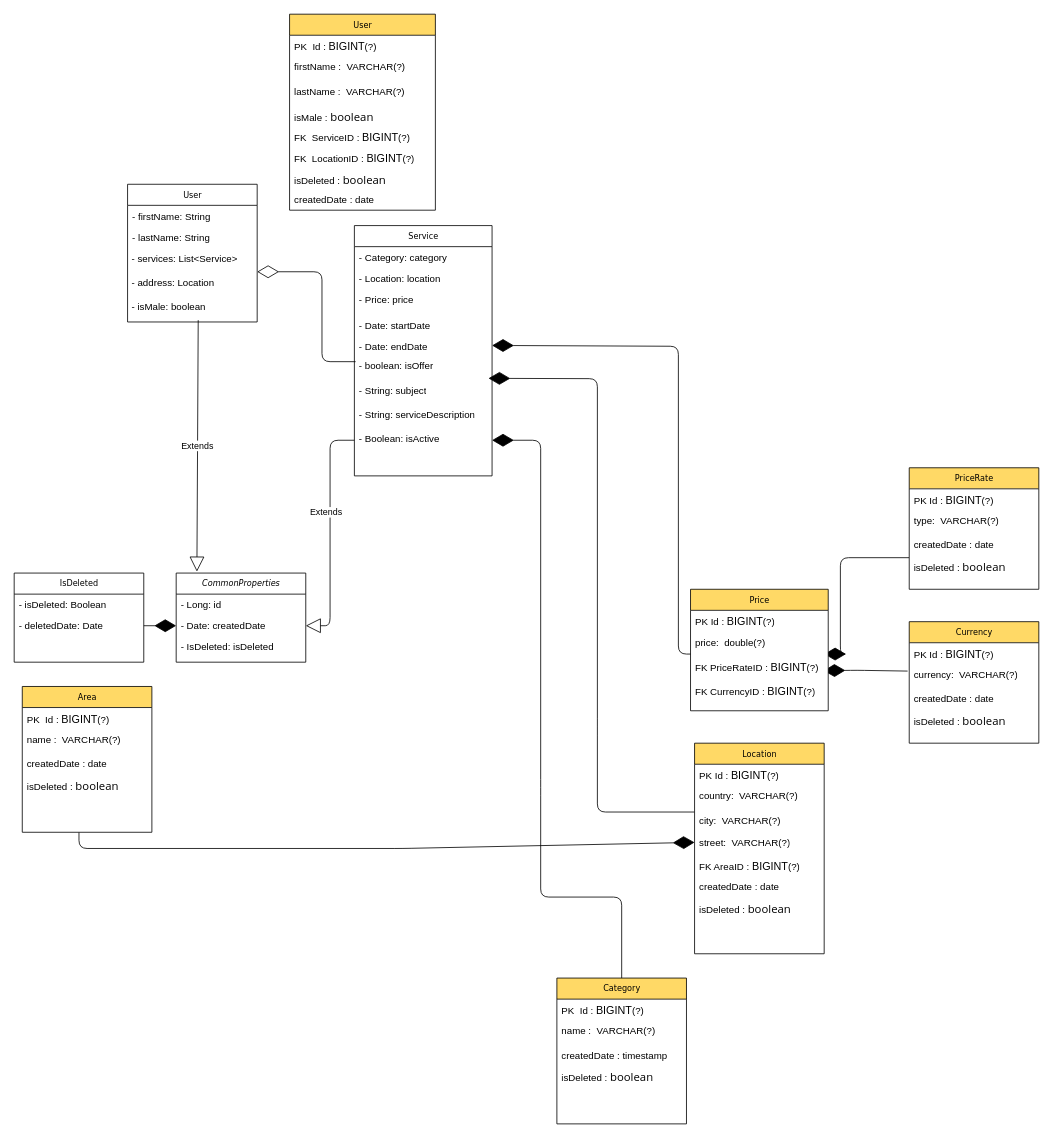
The draw.io diagram HelppyERD.drawio in StanislavRa/group_A_Helppy, before the edit. Source tidied: cells renumbered, new cells numbered last; positions are measured from the earlier drawing's top-left corner, leaving out a move shared by most shapes. Both pictures are drawn from the tidied source at 81%, with x=0, y=0 at pixel (14, 14).
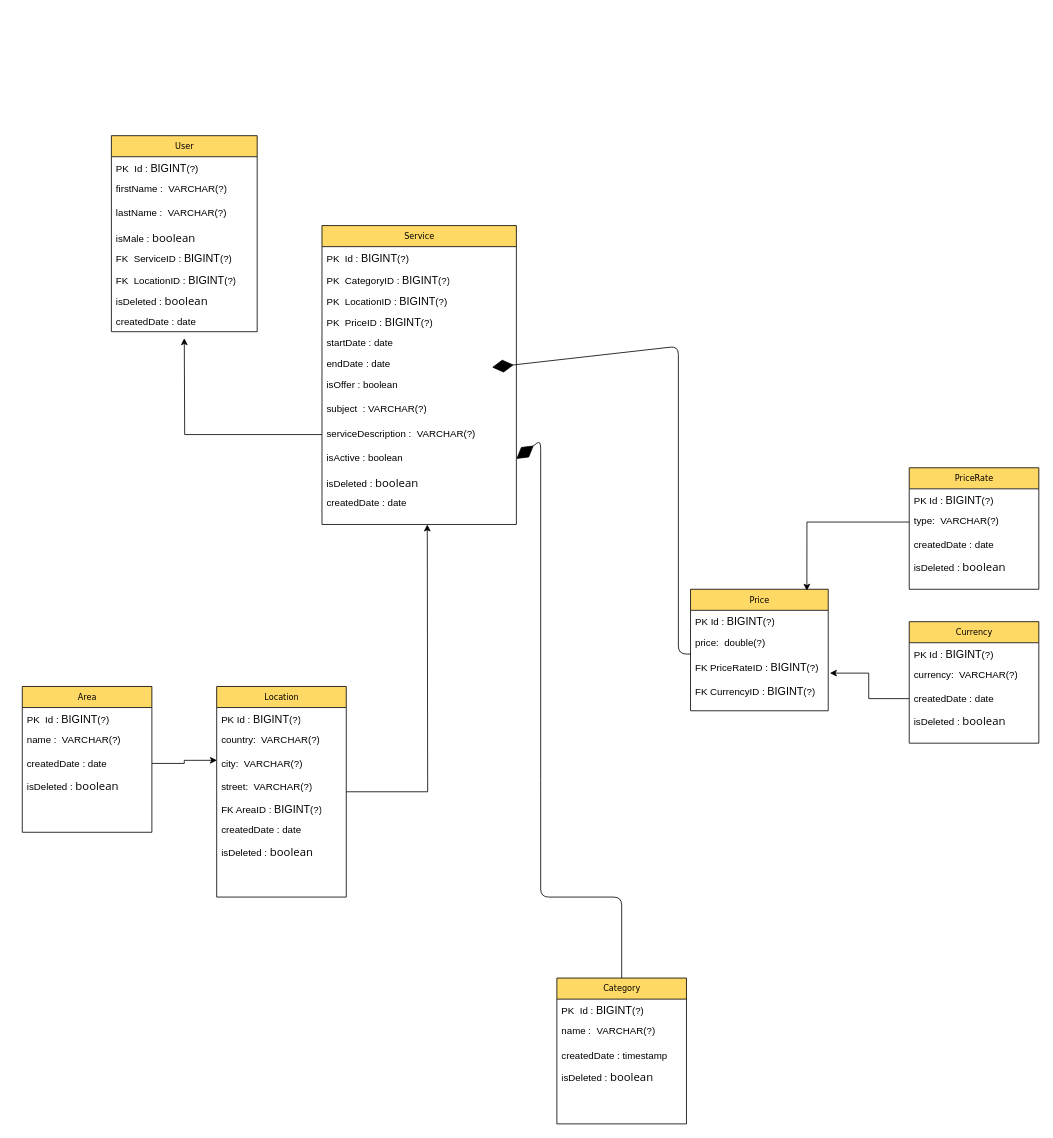
The same diagram, later.

Unchanged cells that the change refers to:
```xml
<mxCell id="43" value="createdDate : date" style="text;html=1;strokeColor=none;fillColor=none;align=left;verticalAlign=top;spacingLeft=4;spacingRight=4;whiteSpace=wrap;overflow=hidden;points=[[0,0.5],[1,0.5]];portConstraint=eastwest;" parent="40" vertex="1">
  <mxGeometry y="82" width="160" height="26" as="geometry" />
</mxCell>
<mxCell id="57" value="city:&amp;nbsp; VARCHAR(?)" style="text;html=1;strokeColor=none;fillColor=none;align=left;verticalAlign=top;spacingLeft=4;spacingRight=4;whiteSpace=wrap;overflow=hidden;points=[[0,0.5],[1,0.5]];portConstraint=eastwest;" parent="54" vertex="1">
  <mxGeometry y="82" width="160" height="28" as="geometry" />
</mxCell>
<mxCell id="65" value="createdDate : date" style="text;html=1;strokeColor=none;fillColor=none;align=left;verticalAlign=top;spacingLeft=4;spacingRight=4;whiteSpace=wrap;overflow=hidden;points=[[0,0.5],[1,0.5]];portConstraint=eastwest;" parent="62" vertex="1">
  <mxGeometry y="82" width="160" height="26" as="geometry" />
</mxCell>
<mxCell id="69" value="type:&amp;nbsp; VARCHAR(?)" style="text;html=1;strokeColor=none;fillColor=none;align=left;verticalAlign=top;spacingLeft=4;spacingRight=4;whiteSpace=wrap;overflow=hidden;points=[[0,0.5],[1,0.5]];portConstraint=eastwest;" parent="67" vertex="1">
  <mxGeometry y="52" width="160" height="30" as="geometry" />
</mxCell>
<mxCell id="72" value="Price" style="swimlane;html=1;fontStyle=0;horizontal=1;startSize=26;fillColor=#FFD966;swimlaneFillColor=#ffffff;rounded=0;shadow=0;comic=0;labelBackgroundColor=none;strokeWidth=1;fontFamily=Verdana;fontSize=10;align=center;" parent="1" vertex="1">
  <mxGeometry x="835" y="710" width="170" height="150" as="geometry" />
</mxCell>
<mxCell id="75" value="FK PriceRateID :&amp;nbsp;&lt;span style=&quot;font-family: &amp;#34;arial&amp;#34; , &amp;#34;helvetica&amp;#34; , sans-serif ; font-size: 13.3333px ; background-color: rgb(255 , 255 , 255)&quot;&gt;BIGINT&lt;/span&gt;(?)&lt;span style=&quot;font-family: &amp;#34;arial&amp;#34; , &amp;#34;helvetica&amp;#34; , sans-serif ; font-size: 13.3333px ; background-color: rgb(255 , 255 , 255)&quot;&gt;&lt;br&gt;&amp;nbsp;&lt;/span&gt;" style="text;html=1;strokeColor=none;fillColor=none;align=left;verticalAlign=top;spacingLeft=4;spacingRight=4;whiteSpace=wrap;overflow=hidden;points=[[0,0.5],[1,0.5]];portConstraint=eastwest;" parent="72" vertex="1">
  <mxGeometry y="82" width="170" height="30" as="geometry" />
</mxCell>
```

What changed in the source:
```diff
@@
-    <mxCell id="7" value="Service" style="swimlane;html=1;fontStyle=0;horizontal=1;startSize=26;fillColor=none;swimlaneFillColor=#ffffff;rounded=0;shadow=0;comic=0;labelBackgroundColor=none;strokeWidth=1;fontFamily=Verdana;fontSize=10;align=center;" parent="1" vertex="1">
-      <mxGeometry x="420" y="261" width="170" height="309" as="geometry" />
+    <mxCell id="7" value="Service" style="swimlane;html=1;fontStyle=0;horizontal=1;startSize=26;fillColor=#FFD966;swimlaneFillColor=#ffffff;rounded=0;shadow=0;comic=0;labelBackgroundColor=none;strokeWidth=1;fontFamily=Verdana;fontSize=10;align=center;" parent="1" vertex="1">
+      <mxGeometry x="380" y="261" width="240" height="369" as="geometry" />
     </mxCell>
+    <mxCell id="77" value="PK&amp;nbsp; Id :&amp;nbsp;&lt;span style=&quot;font-family: &amp;#34;arial&amp;#34; , &amp;#34;helvetica&amp;#34; , sans-serif ; font-size: 13.3333px ; background-color: rgb(255 , 255 , 255)&quot;&gt;BIGINT&lt;/span&gt;(?)&lt;span style=&quot;font-family: &amp;#34;arial&amp;#34; , &amp;#34;helvetica&amp;#34; , sans-serif ; font-size: 13.3333px ; background-color: rgb(255 , 255 , 255)&quot;&gt;&lt;br&gt;&amp;nbsp;&lt;/span&gt;" style="text;html=1;strokeColor=none;fillColor=none;align=left;verticalAlign=top;spacingLeft=4;spacingRight=4;whiteSpace=wrap;overflow=hidden;" parent="7" vertex="1">
+      <mxGeometry y="26" width="240" height="27" as="geometry" />
+    </mxCell>
-    <mxCell id="8" value="- Category: category" style="text;html=1;strokeColor=none;fillColor=none;align=left;verticalAlign=top;spacingLeft=4;spacingRight=4;whiteSpace=wrap;overflow=hidden;" parent="7" vertex="1">
-      <mxGeometry y="26" width="170" height="26" as="geometry" />
+    <mxCell id="8" value="PK&amp;nbsp; CategoryID :&amp;nbsp;&lt;span style=&quot;font-family: &amp;#34;arial&amp;#34; , &amp;#34;helvetica&amp;#34; , sans-serif ; font-size: 13.3333px ; background-color: rgb(255 , 255 , 255)&quot;&gt;BIGINT&lt;/span&gt;(?)&lt;span style=&quot;font-family: &amp;#34;arial&amp;#34; , &amp;#34;helvetica&amp;#34; , sans-serif ; font-size: 13.3333px ; background-color: rgb(255 , 255 , 255)&quot;&gt;&lt;br&gt;&amp;nbsp;&lt;/span&gt;" style="text;html=1;strokeColor=none;fillColor=none;align=left;verticalAlign=top;spacingLeft=4;spacingRight=4;whiteSpace=wrap;overflow=hidden;" parent="7" vertex="1">
+      <mxGeometry y="53" width="240" height="26" as="geometry" />
     </mxCell>
-    <mxCell id="9" value="- Location: location" style="text;html=1;strokeColor=none;fillColor=none;align=left;verticalAlign=top;spacingLeft=4;spacingRight=4;whiteSpace=wrap;overflow=hidden;" parent="7" vertex="1">
-      <mxGeometry y="52" width="170" height="26" as="geometry" />
-    </mxCell>
-    <mxCell id="10" value="- Price: price" style="text;html=1;strokeColor=none;fillColor=none;align=left;verticalAlign=top;spacingLeft=4;spacingRight=4;whiteSpace=wrap;overflow=hidden;" parent="7" vertex="1">
-      <mxGeometry y="78" width="170" height="32" as="geometry" />
-    </mxCell>
+    <mxCell id="78" value="PK&amp;nbsp; LocationID :&amp;nbsp;&lt;span style=&quot;font-family: &amp;#34;arial&amp;#34; , &amp;#34;helvetica&amp;#34; , sans-serif ; font-size: 13.3333px ; background-color: rgb(255 , 255 , 255)&quot;&gt;BIGINT&lt;/span&gt;(?)&lt;span style=&quot;font-family: &amp;#34;arial&amp;#34; , &amp;#34;helvetica&amp;#34; , sans-serif ; font-size: 13.3333px ; background-color: rgb(255 , 255 , 255)&quot;&gt;&lt;br&gt;&amp;nbsp;&lt;/span&gt;" style="text;html=1;strokeColor=none;fillColor=none;align=left;verticalAlign=top;spacingLeft=4;spacingRight=4;whiteSpace=wrap;overflow=hidden;" parent="7" vertex="1">
+      <mxGeometry y="79" width="240" height="26" as="geometry" />
+    </mxCell>
+    <mxCell id="79" value="PK&amp;nbsp; PriceID :&amp;nbsp;&lt;span style=&quot;font-family: &amp;#34;arial&amp;#34; , &amp;#34;helvetica&amp;#34; , sans-serif ; font-size: 13.3333px ; background-color: rgb(255 , 255 , 255)&quot;&gt;BIGINT&lt;/span&gt;(?)&lt;span style=&quot;font-family: &amp;#34;arial&amp;#34; , &amp;#34;helvetica&amp;#34; , sans-serif ; font-size: 13.3333px ; background-color: rgb(255 , 255 , 255)&quot;&gt;&lt;br&gt;&amp;nbsp;&lt;/span&gt;" style="text;html=1;strokeColor=none;fillColor=none;align=left;verticalAlign=top;spacingLeft=4;spacingRight=4;whiteSpace=wrap;overflow=hidden;" parent="7" vertex="1">
+      <mxGeometry y="105" width="240" height="26" as="geometry" />
+    </mxCell>
-    <mxCell id="11" value="- Date: startDate" style="text;html=1;strokeColor=none;fillColor=none;align=left;verticalAlign=top;spacingLeft=4;spacingRight=4;whiteSpace=wrap;overflow=hidden;" parent="7" vertex="1">
-      <mxGeometry y="110" width="170" height="26" as="geometry" />
+    <mxCell id="11" value="startDate : date" style="text;html=1;strokeColor=none;fillColor=none;align=left;verticalAlign=top;spacingLeft=4;spacingRight=4;whiteSpace=wrap;overflow=hidden;" parent="7" vertex="1">
+      <mxGeometry y="131" width="240" height="26" as="geometry" />
     </mxCell>
-    <mxCell id="12" value="- Date: endDate" style="text;html=1;strokeColor=none;fillColor=none;align=left;verticalAlign=top;spacingLeft=4;spacingRight=4;whiteSpace=wrap;overflow=hidden;points=[[0,0.5],[1,0.5]];portConstraint=eastwest;" parent="7" vertex="1">
-      <mxGeometry y="136" width="170" height="24" as="geometry" />
-    </mxCell>
+    <mxCell id="80" value="endDate : date" style="text;html=1;strokeColor=none;fillColor=none;align=left;verticalAlign=top;spacingLeft=4;spacingRight=4;whiteSpace=wrap;overflow=hidden;" parent="7" vertex="1">
+      <mxGeometry y="157" width="240" height="26" as="geometry" />
+    </mxCell>
-    <mxCell id="13" value="- boolean: isOffer" style="text;html=1;strokeColor=none;fillColor=none;align=left;verticalAlign=top;spacingLeft=4;spacingRight=4;whiteSpace=wrap;overflow=hidden;points=[[0,0.5],[1,0.5]];portConstraint=eastwest;" parent="7" vertex="1">
-      <mxGeometry y="160" width="170" height="30" as="geometry" />
+    <mxCell id="13" value="isOffer : boolean" style="text;html=1;strokeColor=none;fillColor=none;align=left;verticalAlign=top;spacingLeft=4;spacingRight=4;whiteSpace=wrap;overflow=hidden;points=[[0,0.5],[1,0.5]];portConstraint=eastwest;" parent="7" vertex="1">
+      <mxGeometry y="183" width="240" height="30" as="geometry" />
     </mxCell>
-    <mxCell id="14" value="- String: subject" style="text;html=1;strokeColor=none;fillColor=none;align=left;verticalAlign=top;spacingLeft=4;spacingRight=4;whiteSpace=wrap;overflow=hidden;points=[[0,0.5],[1,0.5]];portConstraint=eastwest;" parent="7" vertex="1">
-      <mxGeometry y="190" width="170" height="30" as="geometry" />
+    <mxCell id="14" value="subject&amp;nbsp; : VARCHAR(?)" style="text;html=1;strokeColor=none;fillColor=none;align=left;verticalAlign=top;spacingLeft=4;spacingRight=4;whiteSpace=wrap;overflow=hidden;points=[[0,0.5],[1,0.5]];portConstraint=eastwest;" parent="7" vertex="1">
+      <mxGeometry y="213" width="240" height="30" as="geometry" />
     </mxCell>
-    <mxCell id="15" value="- String: serviceDescription" style="text;html=1;strokeColor=none;fillColor=none;align=left;verticalAlign=top;spacingLeft=4;spacingRight=4;whiteSpace=wrap;overflow=hidden;points=[[0,0.5],[1,0.5]];portConstraint=eastwest;" parent="7" vertex="1">
-      <mxGeometry y="220" width="170" height="30" as="geometry" />
+    <mxCell id="15" value="serviceDescription :&amp;nbsp; VARCHAR(?)" style="text;html=1;strokeColor=none;fillColor=none;align=left;verticalAlign=top;spacingLeft=4;spacingRight=4;whiteSpace=wrap;overflow=hidden;points=[[0,0.5],[1,0.5]];portConstraint=eastwest;" parent="7" vertex="1">
+      <mxGeometry y="243" width="240" height="30" as="geometry" />
     </mxCell>
-    <mxCell id="16" value="- Boolean: isActive" style="text;html=1;strokeColor=none;fillColor=none;align=left;verticalAlign=top;spacingLeft=4;spacingRight=4;whiteSpace=wrap;overflow=hidden;points=[[0,0.5],[1,0.5]];portConstraint=eastwest;" parent="7" vertex="1">
-      <mxGeometry y="250" width="170" height="30" as="geometry" />
+    <mxCell id="16" value="isActive : boolean" style="text;html=1;strokeColor=none;fillColor=none;align=left;verticalAlign=top;spacingLeft=4;spacingRight=4;whiteSpace=wrap;overflow=hidden;points=[[0,0.5],[1,0.5]];portConstraint=eastwest;" parent="7" vertex="1">
+      <mxGeometry y="273" width="240" height="30" as="geometry" />
     </mxCell>
-    <mxCell id="17" value="IsDeleted" style="swimlane;html=1;fontStyle=0;horizontal=1;startSize=26;fillColor=none;swimlaneFillColor=#ffffff;rounded=0;shadow=0;comic=0;labelBackgroundColor=none;strokeWidth=1;fontFamily=Verdana;fontSize=10;align=center;" parent="1" vertex="1">
-      <mxGeometry y="690" width="160" height="110" as="geometry" />
-    </mxCell>
-    <mxCell id="18" value="- isDeleted: Boolean" style="text;html=1;strokeColor=none;fillColor=none;align=left;verticalAlign=top;spacingLeft=4;spacingRight=4;whiteSpace=wrap;overflow=hidden;" parent="17" vertex="1">
-      <mxGeometry y="26" width="160" height="26" as="geometry" />
-    </mxCell>
-    <mxCell id="19" value="- deletedDate: Date" style="text;html=1;strokeColor=none;fillColor=none;align=left;verticalAlign=top;spacingLeft=4;spacingRight=4;whiteSpace=wrap;overflow=hidden;points=[[0,0.5],[1,0.5]];portConstraint=eastwest;" parent="17" vertex="1">
-      <mxGeometry y="52" width="160" height="26" as="geometry" />
-    </mxCell>
+    <mxCell id="81" value="isDeleted :&amp;nbsp;&lt;span style=&quot;font-family: &amp;#34;open sans&amp;#34; , &amp;#34;arial&amp;#34; , sans-serif ; font-size: 14px&quot;&gt;boolean&lt;/span&gt;" style="text;html=1;strokeColor=none;fillColor=none;align=left;verticalAlign=top;spacingLeft=4;spacingRight=4;whiteSpace=wrap;overflow=hidden;" parent="7" vertex="1">
+      <mxGeometry y="303" width="240" height="26" as="geometry" />
+    </mxCell>
+    <mxCell id="82" value="createdDate : date" style="text;html=1;strokeColor=none;fillColor=none;align=left;verticalAlign=top;spacingLeft=4;spacingRight=4;whiteSpace=wrap;overflow=hidden;" parent="7" vertex="1">
+      <mxGeometry y="329" width="240" height="26" as="geometry" />
+    </mxCell>
-    <mxCell id="20" style="endArrow=diamondThin;endFill=1;endSize=24;html=1;exitX=0;exitY=0.5;exitDx=0;exitDy=0;entryX=1;entryY=0.5;entryDx=0;entryDy=0;" parent="1" edge="1" target="12">
+    <mxCell id="20" style="endArrow=diamondThin;endFill=1;endSize=24;html=1;exitX=0;exitY=0.5;exitDx=0;exitDy=0;entryX=1;entryY=0.5;entryDx=0;entryDy=0;" parent="1" edge="1">
       <mxGeometry relative="1" as="geometry">
         <mxPoint x="840" y="790" as="sourcePoint" />
+        <mxPoint x="590" y="436" as="targetPoint" />
         <Array as="points">
           <mxPoint x="820" y="790" />
           <mxPoint x="820" y="410" />
         </Array>
       </mxGeometry>
     </mxCell>
-    <mxCell id="21" style="endArrow=diamondThin;endFill=1;endSize=24;html=1;exitX=0;exitY=0.5;exitDx=0;exitDy=0;entryX=0.974;entryY=-0.047;entryDx=0;entryDy=0;entryPerimeter=0;" parent="1" edge="1" target="14">
-      <mxGeometry relative="1" as="geometry">
-        <mxPoint x="840" y="985" as="sourcePoint" />
-        <Array as="points">
-          <mxPoint x="720" y="985" />
-          <mxPoint x="720" y="880" />
-          <mxPoint x="720" y="450" />
-        </Array>
-      </mxGeometry>
-    </mxCell>
@@
-    <mxCell id="23" style="endArrow=diamondThin;endFill=1;endSize=24;html=1;entryX=0;entryY=0.75;entryDx=0;entryDy=0;exitX=0.5;exitY=1;exitDx=0;exitDy=0;" parent="1" edge="1">
-      <mxGeometry relative="1" as="geometry">
-        <mxPoint x="80" y="1010" as="sourcePoint" />
-        <mxPoint x="840" y="1022.5" as="targetPoint" />
-        <Array as="points">
-          <mxPoint x="80" y="1030" />
-          <mxPoint x="480" y="1030" />
-        </Array>
-      </mxGeometry>
-    </mxCell>
-    <mxCell id="24" style="endArrow=diamondThin;endFill=1;endSize=24;html=1;exitX=0;exitY=0.5;exitDx=0;exitDy=0;entryX=1;entryY=0.5;entryDx=0;entryDy=0;" parent="1" edge="1">
-      <mxGeometry relative="1" as="geometry">
-        <mxPoint x="1105" y="671" as="sourcePoint" />
-        <mxPoint x="1000" y="790" as="targetPoint" />
-        <Array as="points">
-          <mxPoint x="1020" y="671" />
-          <mxPoint x="1020" y="790" />
-        </Array>
-      </mxGeometry>
-    </mxCell>
-    <mxCell id="25" style="endArrow=diamondThin;endFill=1;endSize=24;html=1;entryX=0.995;entryY=0.614;entryDx=0;entryDy=0;entryPerimeter=0;" parent="1" edge="1">
-      <mxGeometry relative="1" as="geometry">
-        <mxPoint x="1103" y="811" as="sourcePoint" />
-        <mxPoint x="999.2" y="810.5" as="targetPoint" />
-        <Array as="points">
-          <mxPoint x="1040" y="810" />
-        </Array>
-      </mxGeometry>
-    </mxCell>
-    <mxCell id="26" value="&lt;i&gt;CommonProperties&lt;/i&gt;" style="swimlane;html=1;fontStyle=0;horizontal=1;startSize=26;fillColor=none;swimlaneFillColor=#ffffff;rounded=0;shadow=0;comic=0;labelBackgroundColor=none;strokeWidth=1;fontFamily=Verdana;fontSize=10;align=center;" parent="1" vertex="1">
-      <mxGeometry x="200" y="690" width="160" height="110" as="geometry" />
-    </mxCell>
-    <mxCell id="27" value="- Long: id" style="text;html=1;strokeColor=none;fillColor=none;align=left;verticalAlign=top;spacingLeft=4;spacingRight=4;whiteSpace=wrap;overflow=hidden;" parent="26" vertex="1">
-      <mxGeometry y="26" width="160" height="26" as="geometry" />
-    </mxCell>
-    <mxCell id="28" value="- Date: createdDate" style="text;html=1;strokeColor=none;fillColor=none;align=left;verticalAlign=top;spacingLeft=4;spacingRight=4;whiteSpace=wrap;overflow=hidden;points=[[0,0.5],[1,0.5]];portConstraint=eastwest;" parent="26" vertex="1">
-      <mxGeometry y="52" width="160" height="26" as="geometry" />
-    </mxCell>
-    <mxCell id="29" value="- IsDeleted: isDeleted" style="text;html=1;strokeColor=none;fillColor=none;align=left;verticalAlign=top;spacingLeft=4;spacingRight=4;whiteSpace=wrap;overflow=hidden;" parent="26" vertex="1">
-      <mxGeometry y="78" width="160" height="26" as="geometry" />
-    </mxCell>
-    <mxCell id="30" style="endArrow=diamondThin;endFill=1;endSize=24;html=1;exitX=1;exitY=0.5;exitDx=0;exitDy=0;entryX=0;entryY=0.5;entryDx=0;entryDy=0;" parent="1" edge="1" source="19" target="28">
-      <mxGeometry relative="1" as="geometry" />
-    </mxCell>
-    <mxCell id="31" value="Extends" style="endArrow=block;endSize=16;endFill=0;html=1;exitX=0;exitY=0.5;exitDx=0;exitDy=0;entryX=1;entryY=0.5;entryDx=0;entryDy=0;" parent="1" edge="1" source="16" target="28">
-      <mxGeometry x="-0.17" y="-5" relative="1" as="geometry">
-        <Array as="points">
-          <mxPoint x="390" y="526" />
-          <mxPoint x="390" y="755" />
-        </Array>
-        <mxPoint y="-1" as="offset" />
-      </mxGeometry>
-    </mxCell>
-    <mxCell id="32" value="User" style="swimlane;html=1;fontStyle=0;horizontal=1;startSize=26;fillColor=none;swimlaneFillColor=#ffffff;rounded=0;shadow=0;comic=0;labelBackgroundColor=none;strokeWidth=1;fontFamily=Verdana;fontSize=10;align=center;" parent="1" vertex="1">
-      <mxGeometry x="140" y="210" width="160" height="170" as="geometry" />
-    </mxCell>
-    <mxCell id="33" value="- firstName: String" style="text;html=1;strokeColor=none;fillColor=none;align=left;verticalAlign=top;spacingLeft=4;spacingRight=4;whiteSpace=wrap;overflow=hidden;" parent="32" vertex="1">
-      <mxGeometry y="26" width="160" height="26" as="geometry" />
-    </mxCell>
-    <mxCell id="34" value="- lastName: String" style="text;html=1;strokeColor=none;fillColor=none;align=left;verticalAlign=top;spacingLeft=4;spacingRight=4;whiteSpace=wrap;overflow=hidden;" parent="32" vertex="1">
-      <mxGeometry y="52" width="160" height="26" as="geometry" />
-    </mxCell>
-    <mxCell id="35" value="&amp;nbsp;- services: List&amp;lt;Service&amp;gt;" style="text;html=1;" parent="32" vertex="1">
-      <mxGeometry y="78" width="160" height="30" as="geometry" />
-    </mxCell>
-    <mxCell id="36" value="&amp;nbsp;- address: Location" style="text;html=1;" parent="32" vertex="1">
-      <mxGeometry y="108" width="160" height="30" as="geometry" />
-    </mxCell>
-    <mxCell id="37" value="&amp;nbsp;- isMale: boolean" style="text;html=1;" parent="32" vertex="1">
-      <mxGeometry y="138" width="160" height="30" as="geometry" />
-    </mxCell>
-    <mxCell id="38" style="endArrow=diamondThin;endFill=0;endSize=24;html=1;exitX=0.009;exitY=0.267;exitDx=0;exitDy=0;exitPerimeter=0;entryX=1;entryY=1;entryDx=0;entryDy=0;" parent="1" edge="1" source="13" target="35">
-      <mxGeometry relative="1" as="geometry">
-        <Array as="points">
-          <mxPoint x="380" y="429" />
-          <mxPoint x="380" y="318" />
-        </Array>
-      </mxGeometry>
-    </mxCell>
-    <mxCell id="39" value="Extends" style="endArrow=block;endSize=16;endFill=0;html=1;exitX=0.545;exitY=0.993;exitDx=0;exitDy=0;entryX=0.16;entryY=-0.016;entryDx=0;entryDy=0;entryPerimeter=0;exitPerimeter=0;" parent="1" edge="1" source="37" target="26">
-      <mxGeometry relative="1" as="geometry" />
-    </mxCell>
@@
     <mxCell id="45" value="User" style="swimlane;html=1;fontStyle=0;horizontal=1;startSize=26;fillColor=#FFD966;swimlaneFillColor=#ffffff;rounded=0;shadow=0;comic=0;labelBackgroundColor=none;strokeWidth=1;fontFamily=Verdana;fontSize=10;align=center;" parent="1" vertex="1">
-      <mxGeometry x="340" width="180" height="242" as="geometry" />
+      <mxGeometry x="120" y="150" width="180" height="242" as="geometry" />
     </mxCell>
@@
+    <mxCell id="83" style="edgeStyle=orthogonalEdgeStyle;rounded=0;jettySize=auto;html=1;" parent="1" edge="1" source="54">
+      <mxGeometry relative="1" as="geometry">
+        <mxPoint x="510" y="630" as="targetPoint" />
+      </mxGeometry>
+    </mxCell>
     <mxCell id="54" value="Location" style="swimlane;html=1;fontStyle=0;horizontal=1;startSize=26;fillColor=#FFD966;swimlaneFillColor=#ffffff;rounded=0;shadow=0;comic=0;labelBackgroundColor=none;strokeWidth=1;fontFamily=Verdana;fontSize=10;align=center;" parent="1" vertex="1">
-      <mxGeometry x="840" y="900" width="160" height="260" as="geometry" />
+      <mxGeometry x="250" y="830" width="160" height="260" as="geometry" />
     </mxCell>
@@
+    <mxCell id="84" style="edgeStyle=orthogonalEdgeStyle;rounded=0;jettySize=auto;html=1;" parent="1" edge="1" source="15">
+      <mxGeometry relative="1" as="geometry">
+        <mxPoint x="210" y="400" as="targetPoint" />
+      </mxGeometry>
+    </mxCell>
+    <mxCell id="85" style="edgeStyle=orthogonalEdgeStyle;rounded=0;jettySize=auto;html=1;exitX=1;exitY=0.5;exitDx=0;exitDy=0;entryX=0.002;entryY=0.327;entryDx=0;entryDy=0;entryPerimeter=0;" parent="1" edge="1" source="43" target="57">
+      <mxGeometry relative="1" as="geometry" />
+    </mxCell>
+    <mxCell id="86" style="edgeStyle=orthogonalEdgeStyle;rounded=0;jettySize=auto;html=1;entryX=0.845;entryY=0.012;entryDx=0;entryDy=0;entryPerimeter=0;" parent="1" edge="1" source="69" target="72">
+      <mxGeometry relative="1" as="geometry" />
+    </mxCell>
+    <mxCell id="87" style="edgeStyle=orthogonalEdgeStyle;rounded=0;jettySize=auto;html=1;exitX=0;exitY=0.5;exitDx=0;exitDy=0;entryX=1.012;entryY=0.717;entryDx=0;entryDy=0;entryPerimeter=0;" parent="1" edge="1" source="65" target="75">
+      <mxGeometry relative="1" as="geometry" />
+    </mxCell>
```
